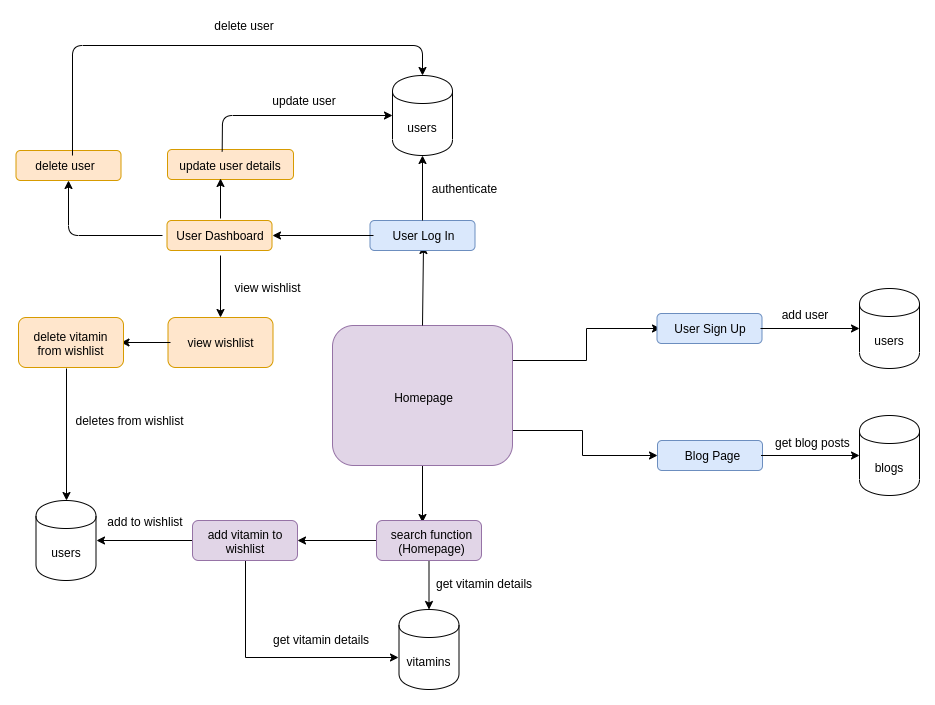
Earlier version of the draw.io export docs/DataflowDiagram.png (lelaniparker/MERN-Assessment). Source tidied: cells renumbered, new cells last; positions are measured from the earlier drawing's top-left corner, leaving out a move shared by most shapes.
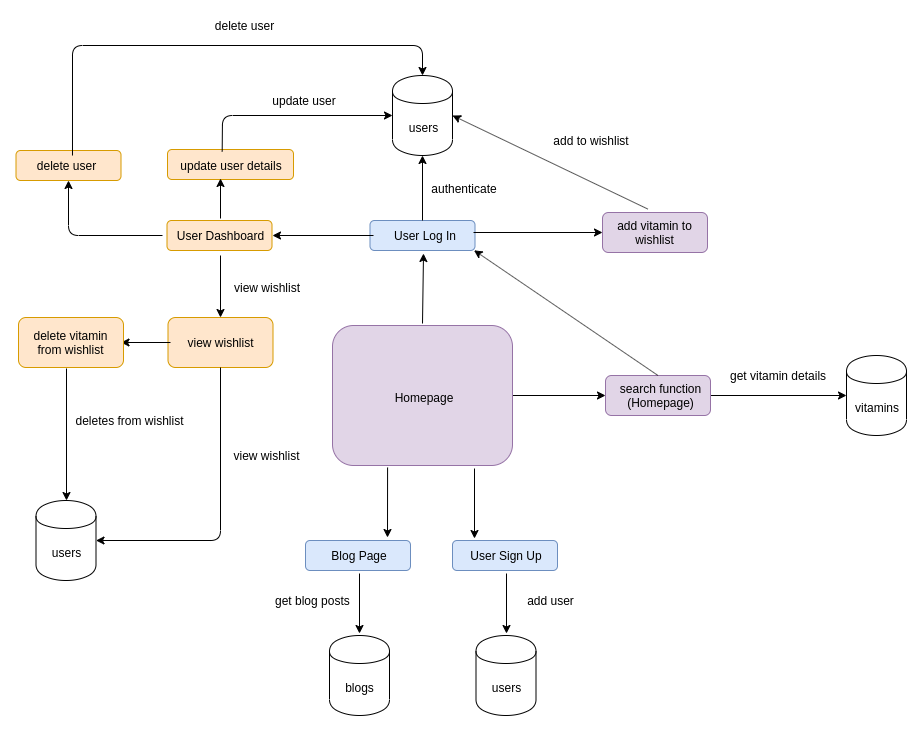
Above is the later version.

Commit message:
fixed dataflow diagram

Change to the diagram source:
```diff
@@ -2,25 +2,9 @@
   <root>
     <mxCell id="0" />
     <mxCell id="1" parent="0" />
-    <mxCell id="2" style="edgeStyle=orthogonalEdgeStyle;rounded=0;jettySize=auto;html=1;entryX=0;entryY=0.5;entryDx=0;entryDy=0;exitX=1;exitY=0.75;exitDx=0;exitDy=0;" parent="1" edge="1" source="5" target="12">
-      <mxGeometry relative="1" as="geometry">
-        <Array as="points">
-          <mxPoint x="567" y="415" />
-          <mxPoint x="567" y="440" />
-        </Array>
-      </mxGeometry>
-    </mxCell>
-    <mxCell id="3" style="edgeStyle=orthogonalEdgeStyle;rounded=0;jettySize=auto;html=1;entryX=0.441;entryY=0.042;entryDx=0;entryDy=0;entryPerimeter=0;exitX=0.5;exitY=1;exitDx=0;exitDy=0;" parent="1" edge="1" source="5" target="24">
+    <mxCell id="3" style="edgeStyle=orthogonalEdgeStyle;rounded=0;jettySize=auto;html=1;entryX=0;entryY=0.5;entryDx=0;entryDy=0;exitX=1;exitY=0.5;exitDx=0;exitDy=0;" parent="1" edge="1" source="5" target="24">
       <mxGeometry relative="1" as="geometry" />
     </mxCell>
-    <mxCell id="4" style="edgeStyle=orthogonalEdgeStyle;rounded=0;jettySize=auto;html=1;entryX=0;entryY=0.75;entryDx=0;entryDy=0;exitX=1;exitY=0.25;exitDx=0;exitDy=0;" parent="1" edge="1" source="5" target="9">
-      <mxGeometry relative="1" as="geometry">
-        <Array as="points">
-          <mxPoint x="571" y="345" />
-          <mxPoint x="571" y="313" />
-        </Array>
-      </mxGeometry>
-    </mxCell>
     <mxCell id="5" style="rounded=1;whiteSpace=wrap;html=1;fillColor=#e1d5e7;strokeColor=#9673a6;" parent="1" vertex="1">
       <mxGeometry x="317" y="310" width="180" height="140" as="geometry" />
     </mxCell>
@@ -28,31 +12,40 @@
       <mxGeometry x="340" y="364" width="135" height="36" as="geometry" />
     </mxCell>
     <mxCell id="7" style="rounded=1;whiteSpace=wrap;html=1;fillColor=#dae8fc;strokeColor=#6c8ebf;" parent="1" vertex="1">
-      <mxGeometry x="641.5" y="298" width="105" height="30" as="geometry" />
+      <mxGeometry x="437" y="525" width="105" height="30" as="geometry" />
     </mxCell>
-    <mxCell id="8" style="edgeStyle=orthogonalEdgeStyle;rounded=0;jettySize=auto;html=1;" parent="1" edge="1" source="9" target="11">
-      <mxGeometry relative="1" as="geometry" />
+    <mxCell id="8" style="edgeStyle=orthogonalEdgeStyle;rounded=0;orthogonalLoop=1;jettySize=auto;html=1;" parent="1" edge="1">
+      <mxGeometry relative="1" as="geometry">
+        <mxPoint x="491" y="558" as="sourcePoint" />
+        <mxPoint x="491" y="618" as="targetPoint" />
+      </mxGeometry>
     </mxCell>
     <mxCell id="9" value="User Sign Up" style="text;html=1;strokeColor=none;fillColor=none;align=center;verticalAlign=middle;whiteSpace=wrap;rounded=0;" parent="1" vertex="1">
-      <mxGeometry x="645" y="303" width="100" height="20" as="geometry" />
+      <mxGeometry x="440.5" y="530" width="100" height="20" as="geometry" />
     </mxCell>
-    <mxCell id="10" style="endArrow=classic;html=1;exitX=0.5;exitY=0;exitDx=0;exitDy=0;entryX=0.5;entryY=1;entryDx=0;entryDy=0;" parent="1" edge="1" source="5" target="19">
-      <mxGeometry relative="1" as="geometry" />
+    <mxCell id="10" style="endArrow=classic;html=1;exitX=0.5;exitY=0;exitDx=0;exitDy=0;" parent="1" edge="1">
+      <mxGeometry relative="1" as="geometry">
+        <mxPoint x="407" y="308" as="sourcePoint" />
+        <mxPoint x="408" y="238" as="targetPoint" />
+      </mxGeometry>
     </mxCell>
     <mxCell id="11" value="users" style="shape=cylinder;whiteSpace=wrap;html=1;boundedLbl=1;backgroundOutline=1;" parent="1" vertex="1">
-      <mxGeometry x="844" y="273" width="60" height="80" as="geometry" />
+      <mxGeometry x="460.5" y="620" width="60" height="80" as="geometry" />
     </mxCell>
     <mxCell id="12" style="rounded=1;whiteSpace=wrap;html=1;fillColor=#dae8fc;strokeColor=#6c8ebf;" parent="1" vertex="1">
-      <mxGeometry x="642" y="425" width="105" height="30" as="geometry" />
+      <mxGeometry x="290" y="525" width="105" height="30" as="geometry" />
     </mxCell>
-    <mxCell id="13" style="edgeStyle=orthogonalEdgeStyle;rounded=0;jettySize=auto;html=1;" parent="1" edge="1" source="14" target="15">
-      <mxGeometry relative="1" as="geometry" />
+    <mxCell id="13" style="edgeStyle=orthogonalEdgeStyle;rounded=0;orthogonalLoop=1;jettySize=auto;html=1;" parent="1" edge="1">
+      <mxGeometry relative="1" as="geometry">
+        <mxPoint x="344" y="558" as="sourcePoint" />
+        <mxPoint x="344" y="618" as="targetPoint" />
+      </mxGeometry>
     </mxCell>
     <mxCell id="14" value="Blog Page" style="text;html=1;strokeColor=none;fillColor=none;align=center;verticalAlign=middle;whiteSpace=wrap;rounded=0;" parent="1" vertex="1">
-      <mxGeometry x="645.5" y="430" width="100" height="20" as="geometry" />
+      <mxGeometry x="293.5" y="530" width="100" height="20" as="geometry" />
     </mxCell>
     <mxCell id="15" value="blogs" style="shape=cylinder;whiteSpace=wrap;html=1;boundedLbl=1;backgroundOutline=1;" parent="1" vertex="1">
-      <mxGeometry x="844" y="400" width="60" height="80" as="geometry" />
+      <mxGeometry x="314" y="620" width="60" height="80" as="geometry" />
     </mxCell>
     <mxCell id="16" style="rounded=1;whiteSpace=wrap;html=1;fillColor=#dae8fc;strokeColor=#6c8ebf;" parent="1" vertex="1">
       <mxGeometry x="354.5" y="205" width="105" height="30" as="geometry" />
@@ -72,46 +65,34 @@
       <mxGeometry x="377" y="60" width="60" height="80" as="geometry" />
     </mxCell>
     <mxCell id="21" value="vitamins" style="shape=cylinder;whiteSpace=wrap;html=1;boundedLbl=1;backgroundOutline=1;" parent="1" vertex="1">
-      <mxGeometry x="383.5" y="594" width="60" height="80" as="geometry" />
+      <mxGeometry x="831" y="340" width="60" height="80" as="geometry" />
     </mxCell>
     <mxCell id="22" style="edgeStyle=orthogonalEdgeStyle;rounded=0;jettySize=auto;html=1;" parent="1" edge="1" source="24" target="21">
       <mxGeometry relative="1" as="geometry" />
     </mxCell>
-    <mxCell id="23" style="edgeStyle=orthogonalEdgeStyle;rounded=0;jettySize=auto;html=1;" parent="1" edge="1" source="24" target="27">
-      <mxGeometry relative="1" as="geometry" />
-    </mxCell>
     <mxCell id="24" style="rounded=1;whiteSpace=wrap;html=1;fillColor=#e1d5e7;strokeColor=#9673a6;" parent="1" vertex="1">
-      <mxGeometry x="361" y="505" width="105" height="40" as="geometry" />
+      <mxGeometry x="590" y="360" width="105" height="40" as="geometry" />
     </mxCell>
-    <mxCell id="25" style="edgeStyle=orthogonalEdgeStyle;rounded=0;jettySize=auto;html=1;entryX=1;entryY=0.5;entryDx=0;entryDy=0;" parent="1" edge="1" source="27" target="33">
-      <mxGeometry relative="1" as="geometry" />
-    </mxCell>
-    <mxCell id="26" style="edgeStyle=orthogonalEdgeStyle;rounded=0;jettySize=auto;html=1;entryX=-0.01;entryY=0.604;entryDx=0;entryDy=0;entryPerimeter=0;exitX=0.5;exitY=1;exitDx=0;exitDy=0;" parent="1" edge="1" source="27" target="21">
-      <mxGeometry relative="1" as="geometry" />
-    </mxCell>
     <mxCell id="27" value="add vitamin to wishlist" style="rounded=1;whiteSpace=wrap;html=1;fillColor=#e1d5e7;strokeColor=#9673a6;" parent="1" vertex="1">
-      <mxGeometry x="177" y="505" width="105" height="40" as="geometry" />
+      <mxGeometry x="587" y="197" width="105" height="40" as="geometry" />
     </mxCell>
     <mxCell id="28" value="search function (Homepage)" style="text;html=1;strokeColor=none;fillColor=none;align=center;verticalAlign=middle;whiteSpace=wrap;rounded=0;" parent="1" vertex="1">
-      <mxGeometry x="366" y="517.5" width="100" height="15" as="geometry" />
+      <mxGeometry x="595" y="372.5" width="100" height="15" as="geometry" />
     </mxCell>
     <mxCell id="29" value="add user" style="text;html=1;strokeColor=none;fillColor=none;align=center;verticalAlign=middle;whiteSpace=wrap;rounded=0;" parent="1" vertex="1">
-      <mxGeometry x="753" y="289" width="74" height="20" as="geometry" />
+      <mxGeometry x="498" y="575" width="74" height="20" as="geometry" />
     </mxCell>
     <mxCell id="30" value="authenticate" style="text;html=1;strokeColor=none;fillColor=none;align=center;verticalAlign=middle;whiteSpace=wrap;rounded=0;" parent="1" vertex="1">
       <mxGeometry x="428.5" y="162.5" width="40" height="20" as="geometry" />
     </mxCell>
-    <mxCell id="31" value="get vitamin details" style="text;html=1;align=center;verticalAlign=middle;" parent="1" vertex="1">
-      <mxGeometry x="250.5" y="614" width="110" height="20" as="geometry" />
-    </mxCell>
     <mxCell id="32" value="add to wishlist" style="text;html=1;strokeColor=none;fillColor=none;align=center;verticalAlign=middle;whiteSpace=wrap;rounded=0;" parent="1" vertex="1">
-      <mxGeometry x="80.5" y="496" width="98" height="20" as="geometry" />
+      <mxGeometry x="527" y="110" width="98" height="30" as="geometry" />
     </mxCell>
     <mxCell id="33" value="users" style="shape=cylinder;whiteSpace=wrap;html=1;boundedLbl=1;backgroundOutline=1;" parent="1" vertex="1">
       <mxGeometry x="20.5" y="485" width="60" height="80" as="geometry" />
     </mxCell>
     <mxCell id="34" value="get blog posts" style="text;html=1;align=center;verticalAlign=middle;" parent="1" vertex="1">
-      <mxGeometry x="752" y="417" width="90" height="20" as="geometry" />
+      <mxGeometry x="252.5" y="575" width="90" height="20" as="geometry" />
     </mxCell>
     <mxCell id="35" style="rounded=1;whiteSpace=wrap;html=1;fillColor=#ffe6cc;strokeColor=#d79b00;" parent="1" vertex="1">
       <mxGeometry x="151.5" y="205" width="105" height="30" as="geometry" />
@@ -157,7 +138,7 @@
       <mxGeometry x="159" y="140" width="112" height="20" as="geometry" />
     </mxCell>
     <mxCell id="48" value="get vitamin details" style="text;html=1;align=center;verticalAlign=middle;" parent="1" vertex="1">
-      <mxGeometry x="413.5" y="558" width="110" height="20" as="geometry" />
+      <mxGeometry x="708" y="349.5" width="110" height="20" as="geometry" />
     </mxCell>
     <mxCell id="49" style="endArrow=classic;html=1;exitX=0.5;exitY=0;exitDx=0;exitDy=0;" parent="1" edge="1">
       <mxGeometry relative="1" as="geometry">
@@ -200,5 +181,38 @@
     <mxCell id="56" value="delete user" style="text;html=1;strokeColor=none;fillColor=none;align=center;verticalAlign=middle;whiteSpace=wrap;rounded=0;" parent="1" vertex="1">
       <mxGeometry x="177" width="103" height="20" as="geometry" />
     </mxCell>
+    <mxCell id="57" style="endArrow=classic;html=1;exitX=0.5;exitY=0;exitDx=0;exitDy=0;entryX=1.005;entryY=1.238;entryDx=0;entryDy=0;entryPerimeter=0;" parent="1" edge="1" source="24" target="19">
+      <mxGeometry relative="1" as="geometry" />
+    </mxCell>
+    <mxCell id="58" style="endArrow=classic;html=1;entryX=0;entryY=0.5;entryDx=0;entryDy=0;" parent="1" edge="1" target="27">
+      <mxGeometry relative="1" as="geometry">
+        <mxPoint x="458" y="217" as="sourcePoint" />
+      </mxGeometry>
+    </mxCell>
+    <mxCell id="59" style="endArrow=classic;html=1;entryX=1;entryY=0.5;entryDx=0;entryDy=0;exitX=0.431;exitY=-0.087;exitDx=0;exitDy=0;exitPerimeter=0;" parent="1" edge="1" source="27" target="20">
+      <mxGeometry relative="1" as="geometry" />
+    </mxCell>
+    <mxCell id="60" style="endArrow=classic;html=1;exitX=0.5;exitY=1;exitDx=0;exitDy=0;entryX=1;entryY=0.5;entryDx=0;entryDy=0;" parent="1" edge="1" source="37" target="33">
+      <mxGeometry relative="1" as="geometry">
+        <Array as="points">
+          <mxPoint x="205" y="525" />
+        </Array>
+      </mxGeometry>
+    </mxCell>
+    <mxCell id="61" value="view wishlist" style="text;html=1;strokeColor=none;fillColor=none;align=center;verticalAlign=middle;whiteSpace=wrap;rounded=0;" parent="1" vertex="1">
+      <mxGeometry x="209.5" y="430" width="82" height="20" as="geometry" />
+    </mxCell>
+    <mxCell id="62" style="endArrow=classic;html=1;exitX=0.25;exitY=1;exitDx=0;exitDy=0;" parent="1" edge="1">
+      <mxGeometry relative="1" as="geometry">
+        <mxPoint x="459" y="453" as="sourcePoint" />
+        <mxPoint x="459" y="523" as="targetPoint" />
+      </mxGeometry>
+    </mxCell>
+    <mxCell id="63" style="endArrow=classic;html=1;exitX=0.306;exitY=1;exitDx=0;exitDy=0;exitPerimeter=0;" parent="1" edge="1">
+      <mxGeometry relative="1" as="geometry">
+        <mxPoint x="372.1" y="452" as="sourcePoint" />
+        <mxPoint x="372" y="522" as="targetPoint" />
+      </mxGeometry>
+    </mxCell>
   </root>
 </mxGraphModel>
```
